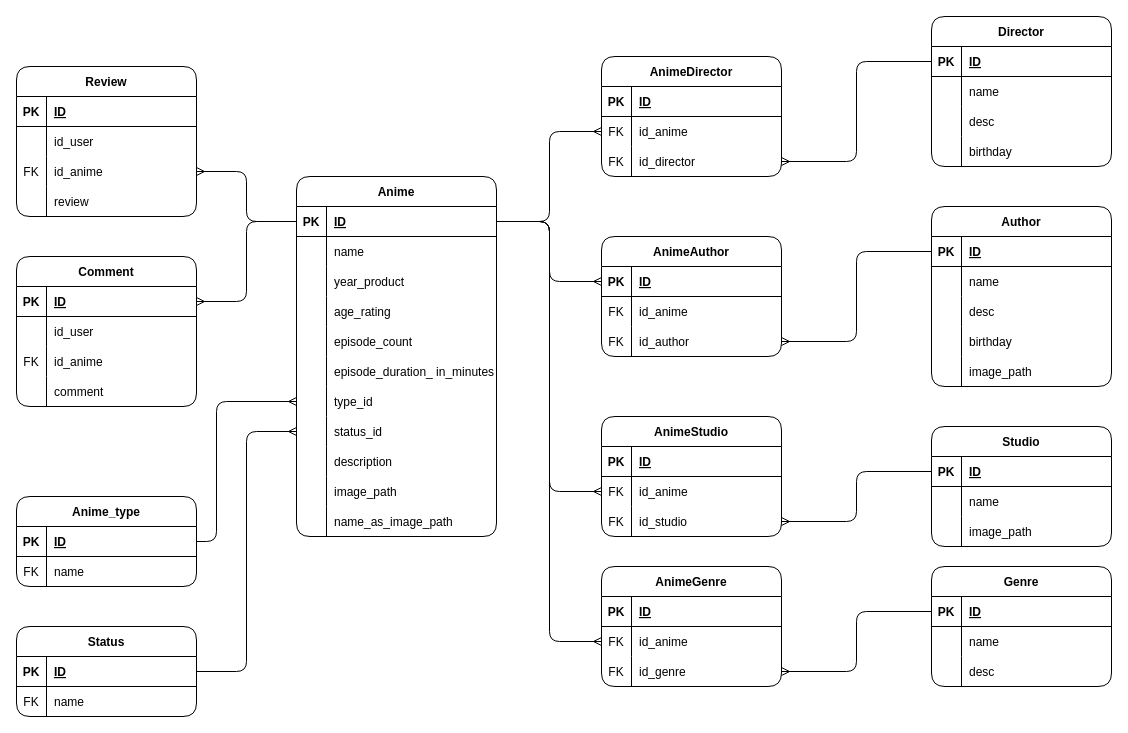
The draw.io diagram AniTrack.drawio in kk313/AniTrack, before the edit. Source tidied: cells renumbered, new cells numbered last; positions are measured from the earlier drawing's top-left corner, leaving out a move shared by most shapes. Both pictures are drawn from the tidied source at 100%, with x=0, y=0 at pixel (-264, 16).
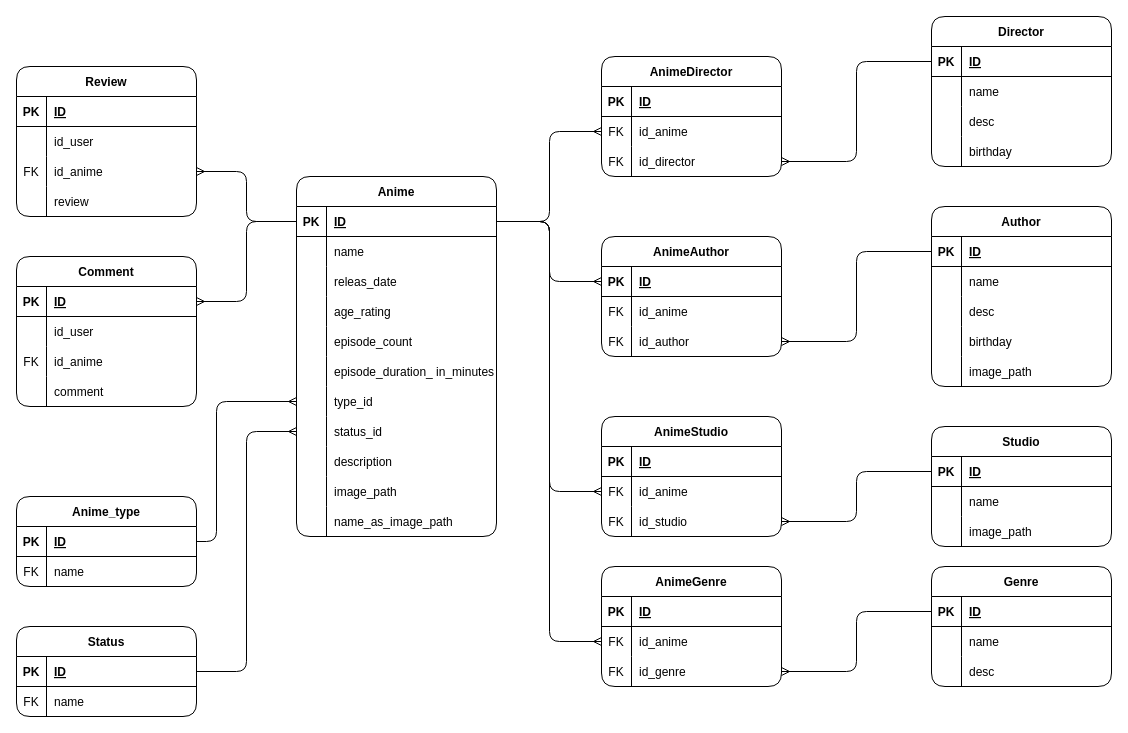
Above is the later version.

Unchanged cells that the change refers to:
```xml
<mxCell id="10" style="shape=tableRow;horizontal=0;startSize=0;swimlaneHead=0;swimlaneBody=0;fillColor=none;top=0;left=0;right=0;bottom=0;" parent="3" vertex="1">
  <mxGeometry y="90" width="200" height="30" as="geometry" />
</mxCell>
```

Diff of the diagram source:
```diff
@@
-    <mxCell id="12" value="year_product" style="shape=partialRectangle;fillColor=none;top=0;left=0;bottom=0;right=0;align=left;spacingLeft=6;overflow=hidden;" parent="10" vertex="1">
+    <mxCell id="12" value="releas_date" style="shape=partialRectangle;fillColor=none;top=0;left=0;bottom=0;right=0;align=left;spacingLeft=6;overflow=hidden;" parent="10" vertex="1">
       <mxGeometry x="30" width="170" height="30" as="geometry" />
     </mxCell>
```
